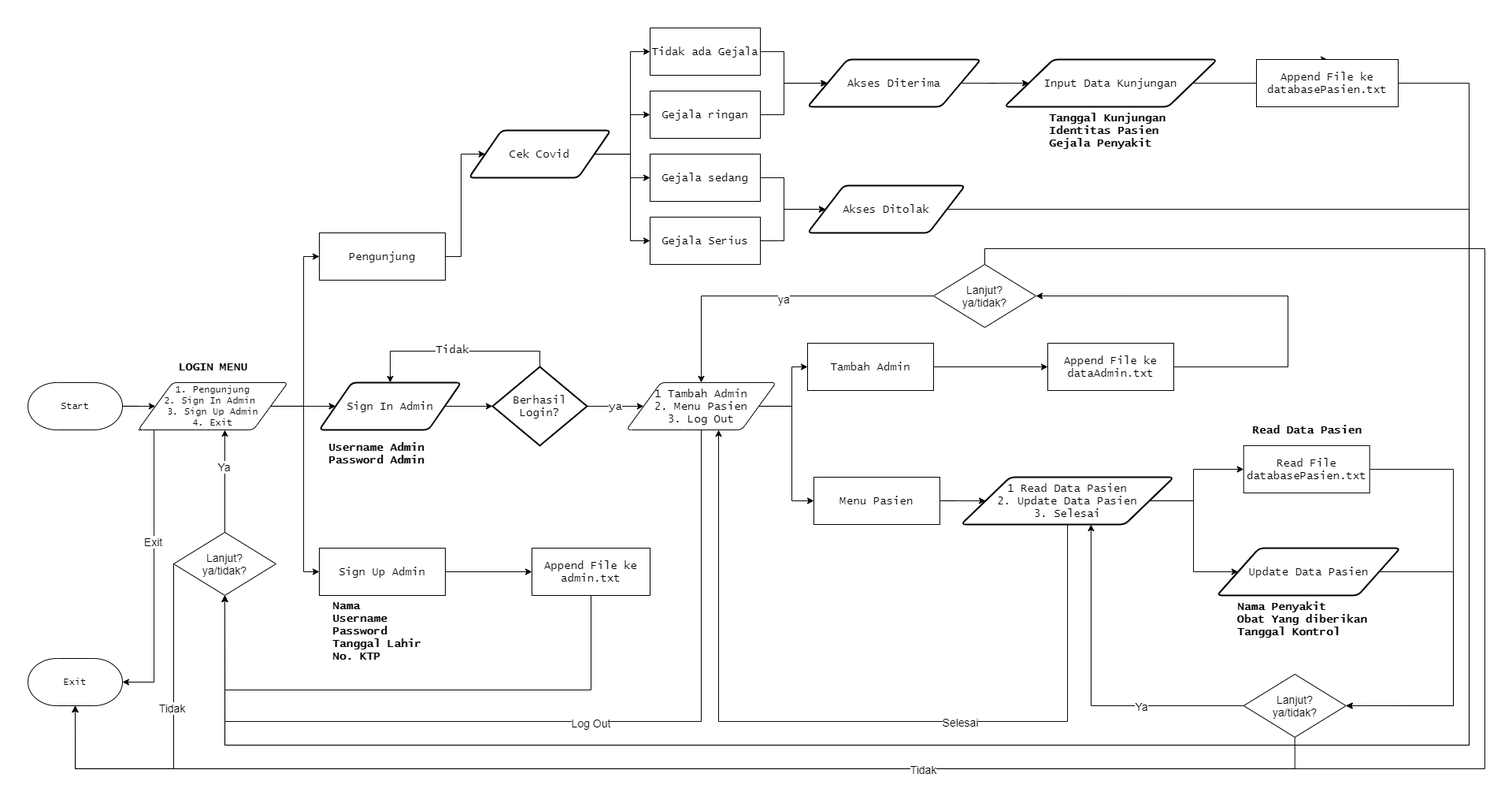
Earlier version of the draw.io export Flowchart3.png (kuroyamii/final-project-collaboration). Source tidied: cells renumbered, new cells last; positions are measured from the earlier drawing's top-left corner, leaving out a move shared by most shapes.
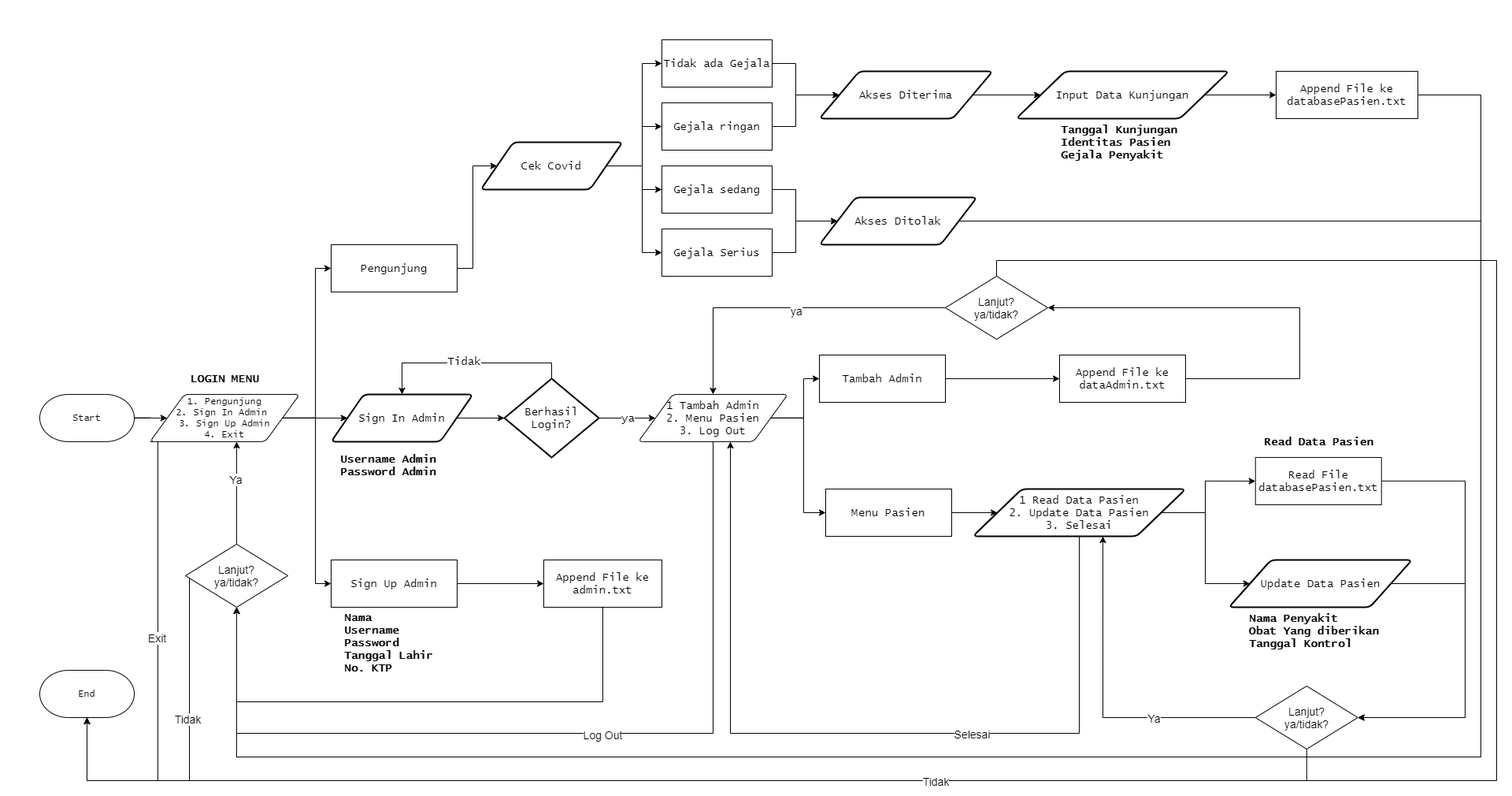
The same diagram one commit later.

Diff of the diagram source:
```diff
@@ -27,11 +27,12 @@
     <mxCell id="6" style="edgeStyle=orthogonalEdgeStyle;rounded=0;jettySize=auto;html=1;fontFamily=Lucida Console;fontSize=14;" parent="1" edge="1" source="9" target="38">
       <mxGeometry relative="1" as="geometry" />
     </mxCell>
-    <mxCell id="7" style="edgeStyle=orthogonalEdgeStyle;rounded=0;jettySize=auto;html=1;exitX=0;exitY=1;exitDx=0;exitDy=0;entryX=1;entryY=0.5;entryDx=0;entryDy=0;entryPerimeter=0;fontSize=14;" parent="1" edge="1" source="9" target="70">
+    <mxCell id="7" style="edgeStyle=orthogonalEdgeStyle;rounded=0;jettySize=auto;html=1;exitX=0;exitY=1;exitDx=0;exitDy=0;entryX=0.5;entryY=1;entryDx=0;entryDy=0;entryPerimeter=0;fontSize=14;" parent="1" edge="1" source="9" target="70">
       <mxGeometry relative="1" as="geometry">
         <Array as="points">
-          <mxPoint x="160" y="510" />
-          <mxPoint x="160" y="830" />
+          <mxPoint x="150" y="510" />
+          <mxPoint x="150" y="940" />
+          <mxPoint x="60" y="940" />
         </Array>
       </mxGeometry>
     </mxCell>
@@ -118,12 +119,8 @@
     <mxCell id="31" value="Akses Ditolak" style="shape=parallelogram;html=1;strokeWidth=2;perimeter=parallelogramPerimeter;whiteSpace=wrap;rounded=1;arcSize=12;size=0.23;labelBackgroundColor=none;fontFamily=Lucida Console;fontSize=14;align=center;" parent="1" vertex="1">
       <mxGeometry x="990" y="200" width="200" height="60" as="geometry" />
     </mxCell>
-    <mxCell id="32" style="edgeStyle=orthogonalEdgeStyle;rounded=0;jettySize=auto;html=1;entryX=0.5;entryY=0;entryDx=0;entryDy=0;fontFamily=Lucida Console;fontSize=14;" parent="1" edge="1" source="33" target="36">
-      <mxGeometry relative="1" as="geometry">
-        <Array as="points">
-          <mxPoint x="1600" y="70" />
-        </Array>
-      </mxGeometry>
+    <mxCell id="32" style="edgeStyle=orthogonalEdgeStyle;rounded=0;jettySize=auto;html=1;entryX=0;entryY=0.5;entryDx=0;entryDy=0;fontFamily=Lucida Console;fontSize=14;" parent="1" edge="1" source="33" target="36">
+      <mxGeometry relative="1" as="geometry" />
     </mxCell>
     <mxCell id="33" value="Input Data Kunjungan" style="shape=parallelogram;html=1;strokeWidth=2;perimeter=parallelogramPerimeter;whiteSpace=wrap;rounded=1;arcSize=12;size=0.23;labelBackgroundColor=none;fontFamily=Lucida Console;fontSize=14;align=center;" parent="1" vertex="1">
       <mxGeometry x="1240" y="40" width="270" height="60" as="geometry" />
@@ -141,7 +138,7 @@
       </mxGeometry>
     </mxCell>
     <mxCell id="36" value="Append File ke&lt;br&gt;databasePasien.txt" style="rounded=0;whiteSpace=wrap;html=1;labelBackgroundColor=none;fontFamily=Lucida Console;fontSize=14;strokeWidth=1;align=center;" parent="1" vertex="1">
-      <mxGeometry x="1560" y="40" width="180" height="60" as="geometry" />
+      <mxGeometry x="1570" y="40" width="180" height="60" as="geometry" />
     </mxCell>
     <mxCell id="37" style="edgeStyle=orthogonalEdgeStyle;rounded=0;jettySize=auto;html=1;entryX=0;entryY=0.5;entryDx=0;entryDy=0;entryPerimeter=0;fontFamily=Lucida Console;fontSize=14;" parent="1" edge="1" source="38" target="42">
       <mxGeometry relative="1" as="geometry" />
@@ -300,7 +297,7 @@
     <mxCell id="69" value="Append File ke&lt;br&gt;dataAdmin.txt" style="rounded=0;whiteSpace=wrap;html=1;labelBackgroundColor=none;fontFamily=Lucida Console;fontSize=14;strokeWidth=1;align=center;" parent="1" vertex="1">
       <mxGeometry x="1295" y="400" width="160" height="60" as="geometry" />
     </mxCell>
-    <mxCell id="70" value="Exit" style="strokeWidth=1;html=1;shape=mxgraph.flowchart.terminator;whiteSpace=wrap;fontFamily=Lucida Console;labelBackgroundColor=none;" parent="1" vertex="1">
+    <mxCell id="70" value="End" style="strokeWidth=1;html=1;shape=mxgraph.flowchart.terminator;whiteSpace=wrap;fontFamily=Lucida Console;labelBackgroundColor=none;" parent="1" vertex="1">
       <mxGeometry y="800" width="120" height="60" as="geometry" />
     </mxCell>
     <mxCell id="71" style="edgeStyle=orthogonalEdgeStyle;rounded=0;jettySize=auto;html=1;entryX=0.611;entryY=1;entryDx=0;entryDy=0;entryPerimeter=0;fontSize=14;" parent="1" edge="1" source="74" target="61">
@@ -355,7 +352,8 @@
     <mxCell id="82" style="edgeStyle=orthogonalEdgeStyle;rounded=0;jettySize=auto;html=1;exitX=0;exitY=0.5;exitDx=0;exitDy=0;entryX=0.5;entryY=1;entryDx=0;entryDy=0;entryPerimeter=0;fontSize=14;" parent="1" edge="1" source="84" target="70">
       <mxGeometry relative="1" as="geometry">
         <Array as="points">
-          <mxPoint x="185" y="940" />
+          <mxPoint x="190" y="680" />
+          <mxPoint x="190" y="940" />
           <mxPoint x="60" y="940" />
         </Array>
       </mxGeometry>
```
